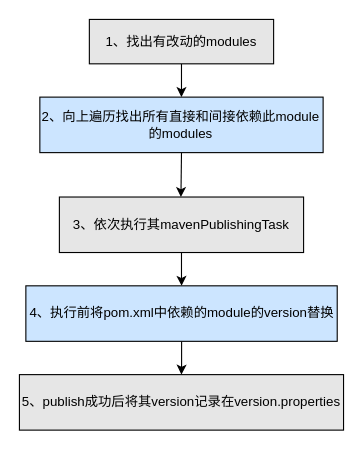
This is page "Page-10" (10 of 28) of T9.drawio from shinecjj/UML, a draw.io file, before an edit. Source tidied: cells renumbered, new cells numbered last; positions are measured from the earlier drawing's top-left corner, leaving out a move shared by most shapes. Both pictures are drawn from the tidied source at 111%, with x=0, y=0 at pixel (19, 19).
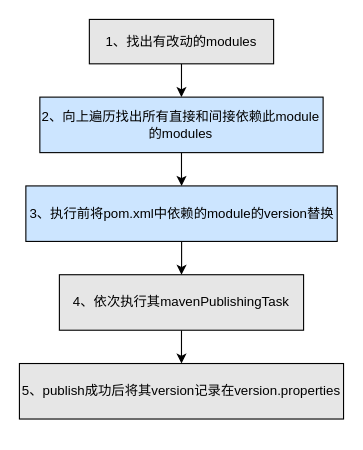
The same diagram, later.

What changed in the source:
```diff
@@
 <mxGraphModel>
   <root>
     <mxCell id="0" />
     <mxCell id="1" parent="0" />
     <mxCell id="2" style="edgeStyle=orthogonalEdgeStyle;rounded=0;jettySize=auto;html=1;" parent="1" edge="1" source="3" target="4">
       <mxGeometry relative="1" as="geometry" />
     </mxCell>
     <mxCell id="3" value="1、找出有改动的modules" style="rounded=0;whiteSpace=wrap;html=1;fillColor=#E6E6E6;" parent="1" vertex="1">
       <mxGeometry x="63" width="166" height="40" as="geometry" />
     </mxCell>
+    <mxCell id="11" style="edgeStyle=orthogonalEdgeStyle;rounded=0;jettySize=auto;html=1;" parent="1" edge="1" source="4" target="10">
+      <mxGeometry relative="1" as="geometry" />
+    </mxCell>
     <mxCell id="4" value="2、向上遍历找出所有直接和间接依赖此module的modules" style="rounded=0;whiteSpace=wrap;html=1;fillColor=#CCE5FF;align=center;" parent="1" vertex="1">
       <mxGeometry x="18.4" y="70" width="255.2" height="50" as="geometry" />
     </mxCell>
-    <mxCell id="5" style="edgeStyle=orthogonalEdgeStyle;rounded=0;jettySize=auto;html=1;exitX=0.5;exitY=1;exitDx=0;exitDy=0;" parent="1" edge="1" source="4">
-      <mxGeometry relative="1" as="geometry">
-        <mxPoint x="145.5" y="160" as="targetPoint" />
-      </mxGeometry>
-    </mxCell>
-    <mxCell id="6" style="edgeStyle=orthogonalEdgeStyle;rounded=0;jettySize=auto;html=1;" parent="1" edge="1" source="7" target="10">
-      <mxGeometry relative="1" as="geometry" />
-    </mxCell>
+    <mxCell id="12" style="edgeStyle=orthogonalEdgeStyle;rounded=0;jettySize=auto;html=1;" parent="1" edge="1" source="7" target="8">
+      <mxGeometry relative="1" as="geometry" />
+    </mxCell>
-    <mxCell id="7" value="&lt;span&gt;3、依次执行其mavenPublishingTask&lt;/span&gt;" style="rounded=0;whiteSpace=wrap;html=1;fillColor=#E6E6E6;" parent="1" vertex="1">
-      <mxGeometry x="36" y="160" width="220" height="50" as="geometry" />
+    <mxCell id="7" value="&lt;span&gt;4、依次执行其mavenPublishingTask&lt;/span&gt;" style="rounded=0;whiteSpace=wrap;html=1;fillColor=#E6E6E6;" parent="1" vertex="1">
+      <mxGeometry x="36" y="230" width="220" height="50" as="geometry" />
     </mxCell>
     <mxCell id="8" value="&lt;span style=&quot;text-align: right&quot;&gt;5、publish成功后将其version记录在version.properties&lt;/span&gt;" style="rounded=0;whiteSpace=wrap;html=1;fillColor=#E6E6E6;" parent="1" vertex="1">
-      <mxGeometry y="320" width="292" height="50" as="geometry" />
+      <mxGeometry y="310" width="292" height="50" as="geometry" />
     </mxCell>
-    <mxCell id="9" style="edgeStyle=orthogonalEdgeStyle;rounded=0;jettySize=auto;html=1;" parent="1" edge="1" source="10" target="8">
-      <mxGeometry relative="1" as="geometry" />
-    </mxCell>
+    <mxCell id="13" style="edgeStyle=orthogonalEdgeStyle;rounded=0;jettySize=auto;html=1;" parent="1" edge="1" source="10" target="7">
+      <mxGeometry relative="1" as="geometry" />
+    </mxCell>
-    <mxCell id="10" value="4、执行前将pom.xml中依赖的module的version替换" style="rounded=0;whiteSpace=wrap;html=1;fillColor=#CCE5FF;" parent="1" vertex="1">
-      <mxGeometry x="5.8" y="240" width="280.5" height="50" as="geometry" />
+    <mxCell id="10" value="3、执行前将pom.xml中依赖的module的version替换" style="rounded=0;whiteSpace=wrap;html=1;fillColor=#CCE5FF;" parent="1" vertex="1">
+      <mxGeometry x="5.8" y="150" width="280.5" height="50" as="geometry" />
     </mxCell>
   </root>
 </mxGraphModel>
```
